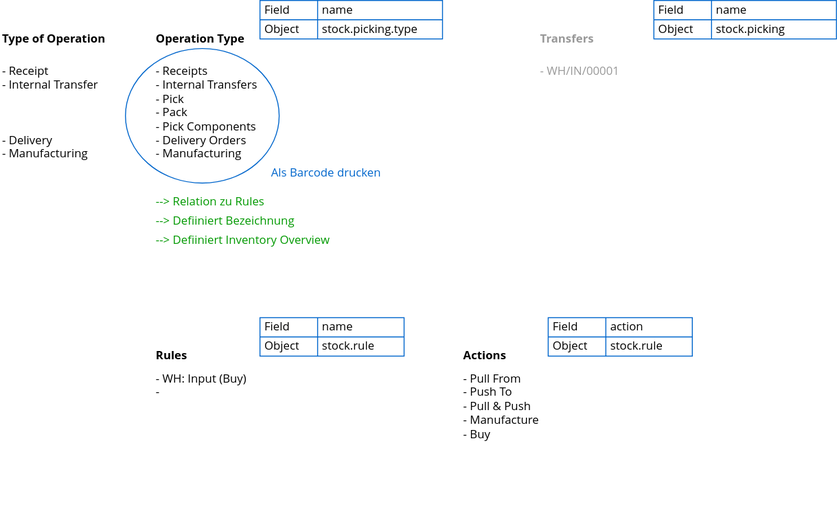
The draw.io diagram assets/Lager Routen Systematik.svg in Mint-System/Odoo-Wiki, before a commit. Source tidied: cells renumbered, new cells last; positions are measured from the earlier drawing's top-left corner, leaving out a move shared by most shapes.
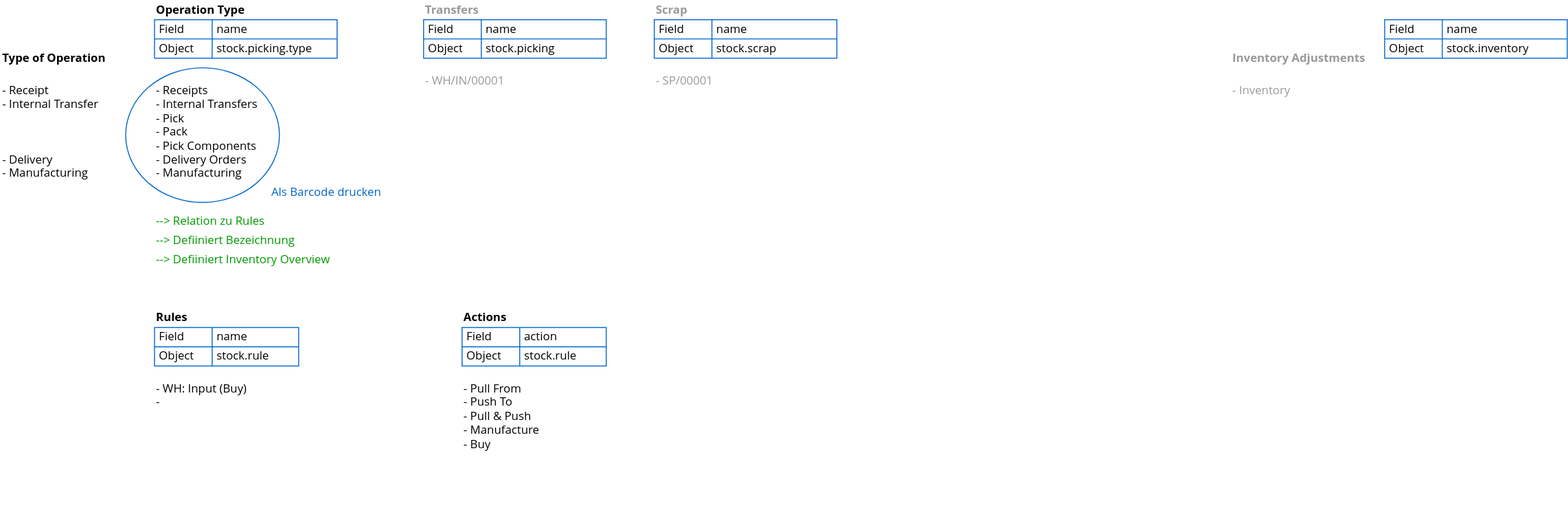
After the commit.

Commit message:
Lager Routen

The edit, as a diff of the source:
```diff
@@ -9,7 +9,7 @@
       <mxGeometry x="160" y="60" width="160" height="160" as="geometry" />
     </mxCell>
     <mxCell id="4" value="Operation Type" style="text;html=1;strokeColor=none;fillColor=none;align=left;verticalAlign=middle;whiteSpace=wrap;rounded=0;fontStyle=1;fontFamily=Open Sans;" parent="1" vertex="1">
-      <mxGeometry x="160" y="30" width="160" height="20" as="geometry" />
+      <mxGeometry x="160" y="-20" width="160" height="20" as="geometry" />
     </mxCell>
     <mxCell id="5" value="- Receipt&lt;br&gt;- Internal Transfer&lt;br&gt;&lt;br&gt;&lt;br&gt;&lt;br&gt;- Delivery&lt;br&gt;- Manufacturing" style="text;html=1;strokeColor=none;fillColor=none;align=left;verticalAlign=top;whiteSpace=wrap;rounded=0;fontFamily=Open Sans;" parent="1" vertex="1">
       <mxGeometry y="60" width="160" height="160" as="geometry" />
@@ -27,13 +27,13 @@
       <mxGeometry x="160" y="220" width="160" height="20" as="geometry" />
     </mxCell>
     <mxCell id="10" value="Actions" style="text;html=1;strokeColor=none;fillColor=none;align=left;verticalAlign=middle;whiteSpace=wrap;rounded=0;fontStyle=1;fontFamily=Open Sans;" parent="1" vertex="1">
-      <mxGeometry x="480" y="360" width="160" height="20" as="geometry" />
+      <mxGeometry x="480" y="300" width="160" height="20" as="geometry" />
     </mxCell>
     <mxCell id="11" value="- Pull From&lt;br&gt;- Push To&lt;br&gt;- Pull &amp;amp; Push&lt;br&gt;- Manufacture&lt;br&gt;- Buy" style="text;html=1;strokeColor=none;fillColor=none;align=left;verticalAlign=top;whiteSpace=wrap;rounded=0;fontStyle=0;fontFamily=Open Sans;" parent="1" vertex="1">
-      <mxGeometry x="480" y="380" width="160" height="80" as="geometry" />
+      <mxGeometry x="480" y="370" width="160" height="80" as="geometry" />
     </mxCell>
     <mxCell id="12" style="shape=table;html=1;whiteSpace=wrap;startSize=0;strokeColor=#0066CC;fillColor=none;fontFamily=Open Sans;fontColor=#0066CC;align=left;spacingRight=5;spacing=0;spacingLeft=5;" parent="1" vertex="1">
-      <mxGeometry x="570" y="330" width="150" height="40" as="geometry" />
+      <mxGeometry x="480" y="320" width="150" height="40" as="geometry" />
     </mxCell>
     <mxCell id="13" style="shape=partialRectangle;html=1;whiteSpace=wrap;fillColor=none;top=0;left=0;bottom=0;right=0;align=left;spacingRight=5;spacing=0;spacingLeft=5;" parent="12" vertex="1">
       <mxGeometry width="150" height="20" as="geometry" />
@@ -54,7 +54,7 @@
       <mxGeometry x="60" width="90" height="20" as="geometry" />
     </mxCell>
     <mxCell id="19" style="shape=table;html=1;whiteSpace=wrap;startSize=0;strokeColor=#0066CC;fillColor=none;fontFamily=Open Sans;fontColor=#0066CC;align=left;spacingRight=5;spacing=0;spacingLeft=5;" parent="1" vertex="1">
-      <mxGeometry x="270" width="190" height="40" as="geometry" />
+      <mxGeometry x="160" width="190" height="40" as="geometry" />
     </mxCell>
     <mxCell id="20" style="shape=partialRectangle;html=1;whiteSpace=wrap;fillColor=none;top=0;left=0;bottom=0;right=0;align=left;spacingRight=5;spacing=0;spacingLeft=5;" parent="19" vertex="1">
       <mxGeometry width="190" height="20" as="geometry" />
@@ -75,13 +75,13 @@
       <mxGeometry x="60" width="130" height="20" as="geometry" />
     </mxCell>
     <mxCell id="26" value="- WH: Input (Buy)&lt;br&gt;-&amp;nbsp;" style="text;html=1;strokeColor=none;fillColor=none;align=left;verticalAlign=top;whiteSpace=wrap;rounded=0;fontFamily=Open Sans;" parent="1" vertex="1">
-      <mxGeometry x="160" y="380" width="160" height="160" as="geometry" />
+      <mxGeometry x="160" y="370" width="160" height="160" as="geometry" />
     </mxCell>
     <mxCell id="27" value="Rules" style="text;html=1;strokeColor=none;fillColor=none;align=left;verticalAlign=middle;whiteSpace=wrap;rounded=0;fontStyle=1;fontFamily=Open Sans;" parent="1" vertex="1">
-      <mxGeometry x="160" y="360" width="160" height="20" as="geometry" />
+      <mxGeometry x="160" y="300" width="160" height="20" as="geometry" />
     </mxCell>
     <mxCell id="28" style="shape=table;html=1;whiteSpace=wrap;startSize=0;strokeColor=#0066CC;fillColor=none;fontFamily=Open Sans;fontColor=#0066CC;align=left;spacingRight=5;spacing=0;spacingLeft=5;" parent="1" vertex="1">
-      <mxGeometry x="270" y="330" width="150" height="40" as="geometry" />
+      <mxGeometry x="160" y="320" width="150" height="40" as="geometry" />
     </mxCell>
     <mxCell id="29" style="shape=partialRectangle;html=1;whiteSpace=wrap;fillColor=none;top=0;left=0;bottom=0;right=0;align=left;spacingRight=5;spacing=0;spacingLeft=5;" parent="28" vertex="1">
       <mxGeometry width="150" height="20" as="geometry" />
@@ -105,7 +105,7 @@
       <mxGeometry x="160" y="240" width="210" height="20" as="geometry" />
     </mxCell>
     <mxCell id="36" style="shape=table;html=1;whiteSpace=wrap;startSize=0;strokeColor=#0066CC;fillColor=none;fontFamily=Open Sans;fontColor=#0066CC;align=left;spacingRight=5;spacing=0;spacingLeft=5;" parent="1" vertex="1">
-      <mxGeometry x="680" width="190" height="40" as="geometry" />
+      <mxGeometry x="440" width="190" height="40" as="geometry" />
     </mxCell>
     <mxCell id="37" style="shape=partialRectangle;html=1;whiteSpace=wrap;fillColor=none;top=0;left=0;bottom=0;right=0;align=left;spacingRight=5;spacing=0;spacingLeft=5;" parent="36" vertex="1">
       <mxGeometry width="190" height="20" as="geometry" />
@@ -126,10 +126,64 @@
       <mxGeometry x="60" width="130" height="20" as="geometry" />
     </mxCell>
     <mxCell id="43" value="&lt;font color=&quot;#999999&quot;&gt;- WH/IN/00001&lt;/font&gt;" style="text;html=1;strokeColor=none;fillColor=none;align=left;verticalAlign=top;whiteSpace=wrap;rounded=0;fontFamily=Open Sans;" parent="1" vertex="1">
-      <mxGeometry x="560" y="60" width="160" height="160" as="geometry" />
+      <mxGeometry x="440" y="50" width="160" height="160" as="geometry" />
     </mxCell>
     <mxCell id="44" value="Transfers" style="text;html=1;strokeColor=none;fillColor=none;align=left;verticalAlign=middle;whiteSpace=wrap;rounded=0;fontStyle=1;fontFamily=Open Sans;fontColor=#999999;" parent="1" vertex="1">
-      <mxGeometry x="560" y="30" width="160" height="20" as="geometry" />
+      <mxGeometry x="440" y="-20" width="160" height="20" as="geometry" />
     </mxCell>
+    <mxCell id="45" style="shape=table;html=1;whiteSpace=wrap;startSize=0;strokeColor=#0066CC;fillColor=none;fontFamily=Open Sans;fontColor=#0066CC;align=left;spacingRight=5;spacing=0;spacingLeft=5;" parent="1" vertex="1">
+      <mxGeometry x="680" width="190" height="40" as="geometry" />
+    </mxCell>
+    <mxCell id="46" style="shape=partialRectangle;html=1;whiteSpace=wrap;fillColor=none;top=0;left=0;bottom=0;right=0;align=left;spacingRight=5;spacing=0;spacingLeft=5;" parent="45" vertex="1">
+      <mxGeometry width="190" height="20" as="geometry" />
+    </mxCell>
+    <mxCell id="47" value="&lt;span style=&quot;font-family: &amp;quot;open sans&amp;quot;;&quot;&gt;Field&lt;/span&gt;" style="shape=partialRectangle;html=1;whiteSpace=wrap;fillColor=none;top=0;left=0;bottom=0;right=0;overflow=hidden;align=left;spacingRight=5;spacing=0;spacingLeft=5;" parent="46" vertex="1">
+      <mxGeometry width="60" height="20" as="geometry" />
+    </mxCell>
+    <mxCell id="48" value="&lt;span style=&quot;font-family: &amp;#34;open sans&amp;#34;&quot;&gt;name&lt;/span&gt;" style="shape=partialRectangle;html=1;whiteSpace=wrap;fillColor=none;top=0;left=0;bottom=0;right=0;overflow=hidden;align=left;spacingRight=5;spacing=0;spacingLeft=5;" parent="46" vertex="1">
+      <mxGeometry x="60" width="130" height="20" as="geometry" />
+    </mxCell>
+    <mxCell id="49" style="shape=partialRectangle;html=1;whiteSpace=wrap;fillColor=none;top=0;left=0;bottom=0;right=0;align=left;spacingRight=5;spacing=0;spacingLeft=5;" parent="45" vertex="1">
+      <mxGeometry y="20" width="190" height="20" as="geometry" />
+    </mxCell>
+    <mxCell id="50" value="&lt;span style=&quot;font-family: &amp;quot;open sans&amp;quot;;&quot;&gt;Object&lt;/span&gt;" style="shape=partialRectangle;html=1;whiteSpace=wrap;fillColor=none;top=0;left=0;bottom=0;right=0;overflow=hidden;align=left;spacingRight=5;spacing=0;spacingLeft=5;" parent="49" vertex="1">
+      <mxGeometry width="60" height="20" as="geometry" />
+    </mxCell>
+    <mxCell id="51" value="&lt;span style=&quot;font-family: &amp;#34;open sans&amp;#34;&quot;&gt;stock.scrap&lt;/span&gt;" style="shape=partialRectangle;html=1;whiteSpace=wrap;fillColor=none;top=0;left=0;bottom=0;right=0;overflow=hidden;align=left;spacingRight=5;spacing=0;spacingLeft=5;" parent="49" vertex="1">
+      <mxGeometry x="60" width="130" height="20" as="geometry" />
+    </mxCell>
+    <mxCell id="52" value="Scrap" style="text;html=1;strokeColor=none;fillColor=none;align=left;verticalAlign=middle;whiteSpace=wrap;rounded=0;fontStyle=1;fontFamily=Open Sans;fontColor=#999999;" parent="1" vertex="1">
+      <mxGeometry x="680" y="-20" width="160" height="20" as="geometry" />
+    </mxCell>
+    <mxCell id="53" value="&lt;font color=&quot;#999999&quot;&gt;-&amp;nbsp;SP/00001&lt;/font&gt;" style="text;html=1;strokeColor=none;fillColor=none;align=left;verticalAlign=top;whiteSpace=wrap;rounded=0;fontFamily=Open Sans;" parent="1" vertex="1">
+      <mxGeometry x="680" y="50" width="160" height="40" as="geometry" />
+    </mxCell>
+    <mxCell id="54" style="shape=table;html=1;whiteSpace=wrap;startSize=0;strokeColor=#0066CC;fillColor=none;fontFamily=Open Sans;fontColor=#0066CC;align=left;spacingRight=5;spacing=0;spacingLeft=5;" parent="1" vertex="1">
+      <mxGeometry x="1440" width="190" height="40" as="geometry" />
+    </mxCell>
+    <mxCell id="55" style="shape=partialRectangle;html=1;whiteSpace=wrap;fillColor=none;top=0;left=0;bottom=0;right=0;align=left;spacingRight=5;spacing=0;spacingLeft=5;" parent="54" vertex="1">
+      <mxGeometry width="190" height="20" as="geometry" />
+    </mxCell>
+    <mxCell id="56" value="&lt;span style=&quot;font-family: &amp;quot;open sans&amp;quot;;&quot;&gt;Field&lt;/span&gt;" style="shape=partialRectangle;html=1;whiteSpace=wrap;fillColor=none;top=0;left=0;bottom=0;right=0;overflow=hidden;align=left;spacingRight=5;spacing=0;spacingLeft=5;" parent="55" vertex="1">
+      <mxGeometry width="60" height="20" as="geometry" />
+    </mxCell>
+    <mxCell id="57" value="&lt;span style=&quot;font-family: &amp;#34;open sans&amp;#34;&quot;&gt;name&lt;/span&gt;" style="shape=partialRectangle;html=1;whiteSpace=wrap;fillColor=none;top=0;left=0;bottom=0;right=0;overflow=hidden;align=left;spacingRight=5;spacing=0;spacingLeft=5;" parent="55" vertex="1">
+      <mxGeometry x="60" width="130" height="20" as="geometry" />
+    </mxCell>
+    <mxCell id="58" style="shape=partialRectangle;html=1;whiteSpace=wrap;fillColor=none;top=0;left=0;bottom=0;right=0;align=left;spacingRight=5;spacing=0;spacingLeft=5;" parent="54" vertex="1">
+      <mxGeometry y="20" width="190" height="20" as="geometry" />
+    </mxCell>
+    <mxCell id="59" value="&lt;span style=&quot;font-family: &amp;quot;open sans&amp;quot;;&quot;&gt;Object&lt;/span&gt;" style="shape=partialRectangle;html=1;whiteSpace=wrap;fillColor=none;top=0;left=0;bottom=0;right=0;overflow=hidden;align=left;spacingRight=5;spacing=0;spacingLeft=5;" parent="58" vertex="1">
+      <mxGeometry width="60" height="20" as="geometry" />
+    </mxCell>
+    <mxCell id="60" value="&lt;span style=&quot;font-family: &amp;#34;open sans&amp;#34;&quot;&gt;stock.inventory&lt;/span&gt;" style="shape=partialRectangle;html=1;whiteSpace=wrap;fillColor=none;top=0;left=0;bottom=0;right=0;overflow=hidden;align=left;spacingRight=5;spacing=0;spacingLeft=5;" parent="58" vertex="1">
+      <mxGeometry x="60" width="130" height="20" as="geometry" />
+    </mxCell>
+    <mxCell id="61" value="Inventory Adjustments" style="text;html=1;strokeColor=none;fillColor=none;align=left;verticalAlign=middle;whiteSpace=wrap;rounded=0;fontStyle=1;fontFamily=Open Sans;fontColor=#999999;" parent="1" vertex="1">
+      <mxGeometry x="1280" y="30" width="160" height="20" as="geometry" />
+    </mxCell>
+    <mxCell id="62" value="&lt;font color=&quot;#999999&quot;&gt;-&amp;nbsp;Inventory&lt;/font&gt;" style="text;html=1;strokeColor=none;fillColor=none;align=left;verticalAlign=top;whiteSpace=wrap;rounded=0;fontFamily=Open Sans;" parent="1" vertex="1">
+      <mxGeometry x="1280" y="60" width="160" height="160" as="geometry" />
+    </mxCell>
   </root>
 </mxGraphModel>
```
